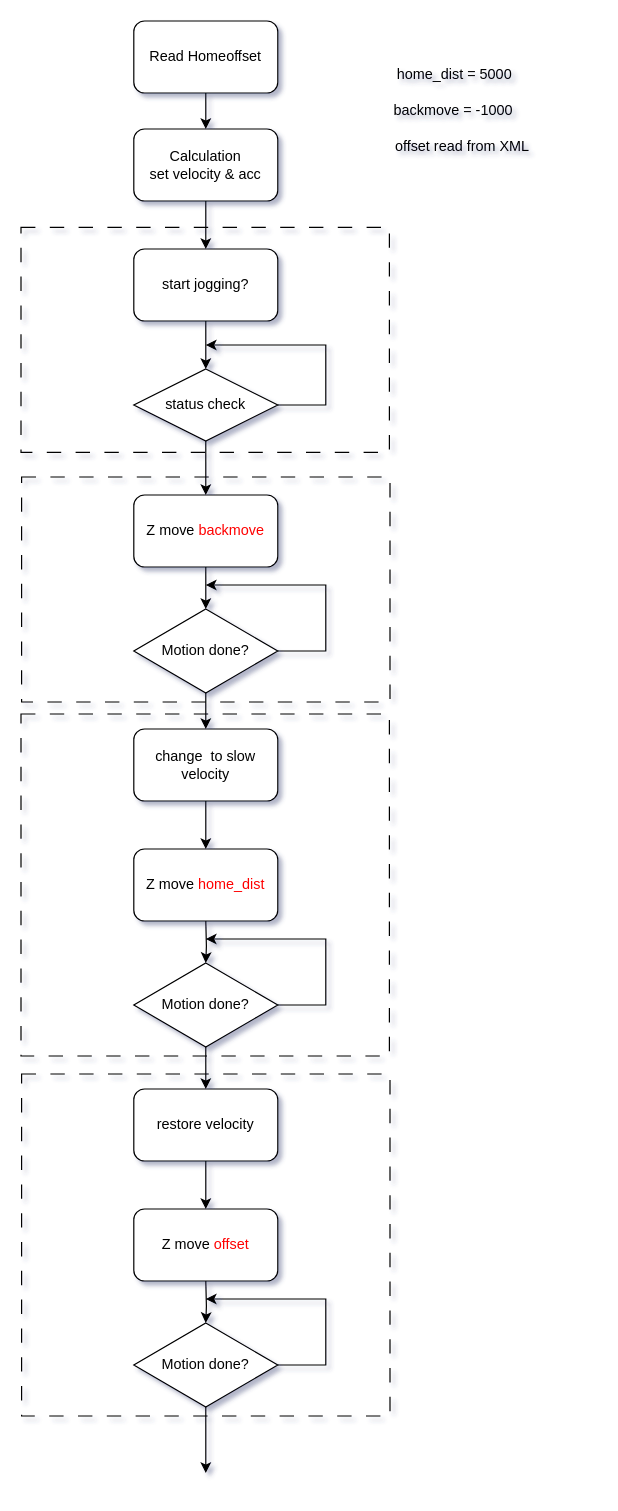
hankgong/draw.io keeps this draw.io diagram as Untitled Diagram.drawio. Above is the earlier version. Source tidied: cells renumbered, new cells numbered last; positions are measured from the earlier drawing's top-left corner, leaving out a move shared by most shapes. Both pictures are drawn from the tidied source at 120%, with x=0, y=0 at pixel (20, 20).
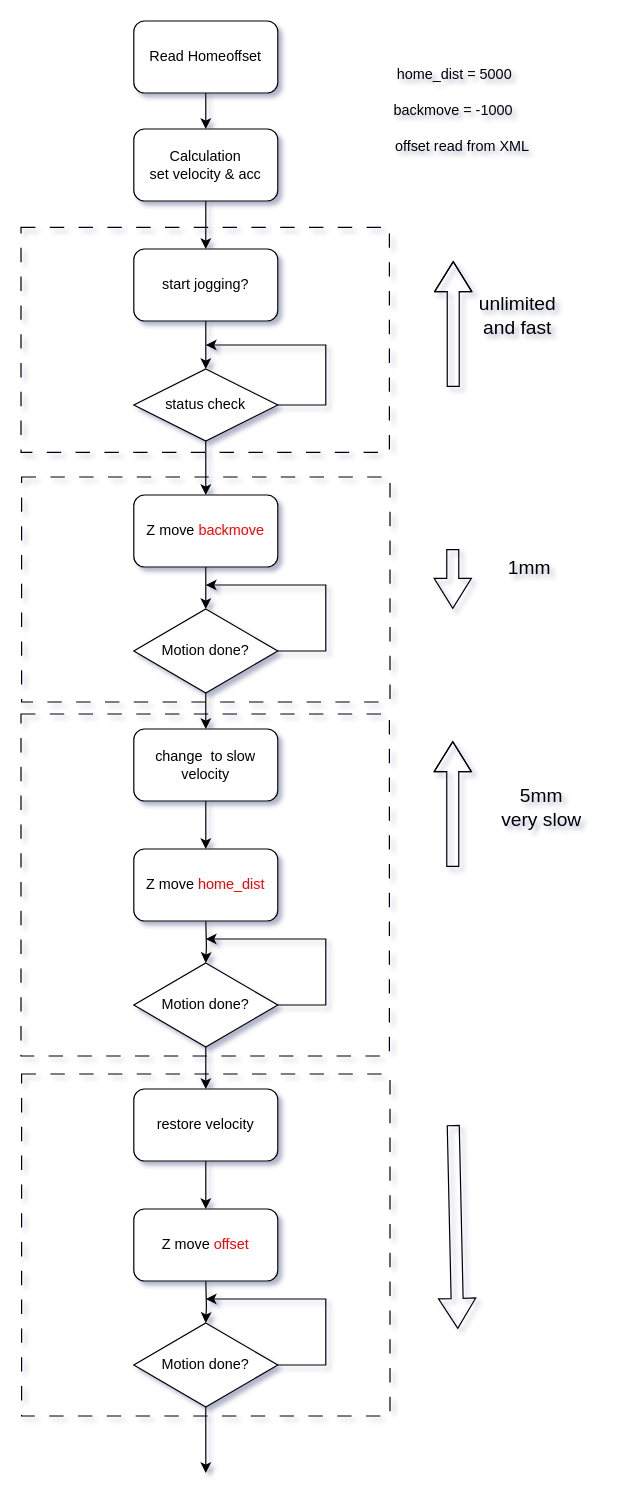
The same page after the edit.

Diff of the diagram source:
```diff
@@
+    <mxCell id="43" style="shape=flexArrow;endArrow=classic;html=1;rounded=0;fontSize=12;startSize=8;endSize=8;curved=1;" parent="1" edge="1">
+      <mxGeometry relative="1" as="geometry">
+        <mxPoint x="360.2" y="305" as="sourcePoint" />
+        <mxPoint x="360.2" y="200" as="targetPoint" />
+        <Array as="points">
+          <mxPoint x="360.2" y="230" />
+        </Array>
+      </mxGeometry>
+    </mxCell>
+    <mxCell id="44" style="shape=flexArrow;endArrow=classic;html=1;rounded=0;fontSize=12;startSize=8;endSize=8;curved=1;" parent="1" edge="1">
+      <mxGeometry relative="1" as="geometry">
+        <mxPoint x="359.8" y="440" as="sourcePoint" />
+        <mxPoint x="359.8" y="490" as="targetPoint" />
+      </mxGeometry>
+    </mxCell>
+    <mxCell id="45" style="shape=flexArrow;endArrow=classic;html=1;rounded=0;fontSize=12;startSize=8;endSize=8;curved=1;" parent="1" edge="1">
+      <mxGeometry relative="1" as="geometry">
+        <mxPoint x="359.8" y="705" as="sourcePoint" />
+        <mxPoint x="359.8" y="600" as="targetPoint" />
+        <Array as="points">
+          <mxPoint x="359.8" y="630" />
+        </Array>
+      </mxGeometry>
+    </mxCell>
+    <mxCell id="46" value="1mm" style="text;html=1;align=center;verticalAlign=middle;whiteSpace=wrap;rounded=0;fontSize=16;" parent="1" vertex="1">
+      <mxGeometry x="394" y="440" width="60" height="30" as="geometry" />
+    </mxCell>
+    <mxCell id="47" value="5mm&lt;div&gt;very slow&lt;/div&gt;" style="text;html=1;align=center;verticalAlign=middle;whiteSpace=wrap;rounded=0;fontSize=16;" parent="1" vertex="1">
+      <mxGeometry x="394" y="640" width="80" height="30" as="geometry" />
+    </mxCell>
+    <mxCell id="48" value="unlimited and fast" style="text;html=1;align=center;verticalAlign=middle;whiteSpace=wrap;rounded=0;fontSize=16;" parent="1" vertex="1">
+      <mxGeometry x="384" y="230" width="60" height="30" as="geometry" />
+    </mxCell>
+    <mxCell id="49" style="shape=flexArrow;endArrow=classic;html=1;rounded=0;fontSize=12;startSize=8;endSize=8;curved=1;" parent="1" edge="1">
+      <mxGeometry relative="1" as="geometry">
+        <mxPoint x="360.2" y="920" as="sourcePoint" />
+        <mxPoint x="364" y="1090" as="targetPoint" />
+      </mxGeometry>
+    </mxCell>
```
